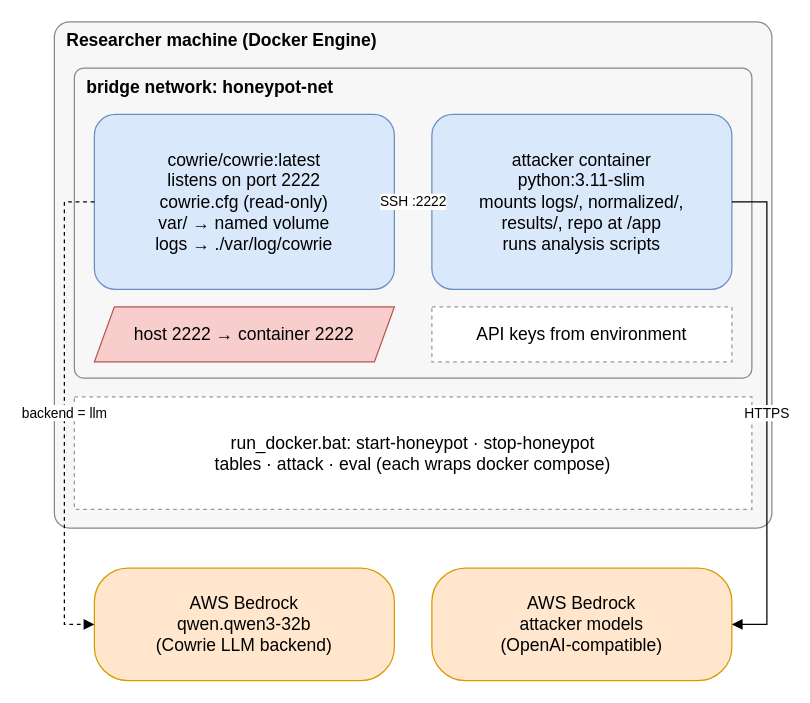
The draw.io diagram report/diagrams/d10_deployment_docker.drawio in parthkansal823/Honeypot_RedTeaming-paper, before the edit. Source tidied: cells renumbered, new cells numbered last; positions are measured from the earlier drawing's top-left corner, leaving out a move shared by most shapes. Both pictures are drawn from the tidied source at 125%, with x=0, y=0 at pixel (54, 21).
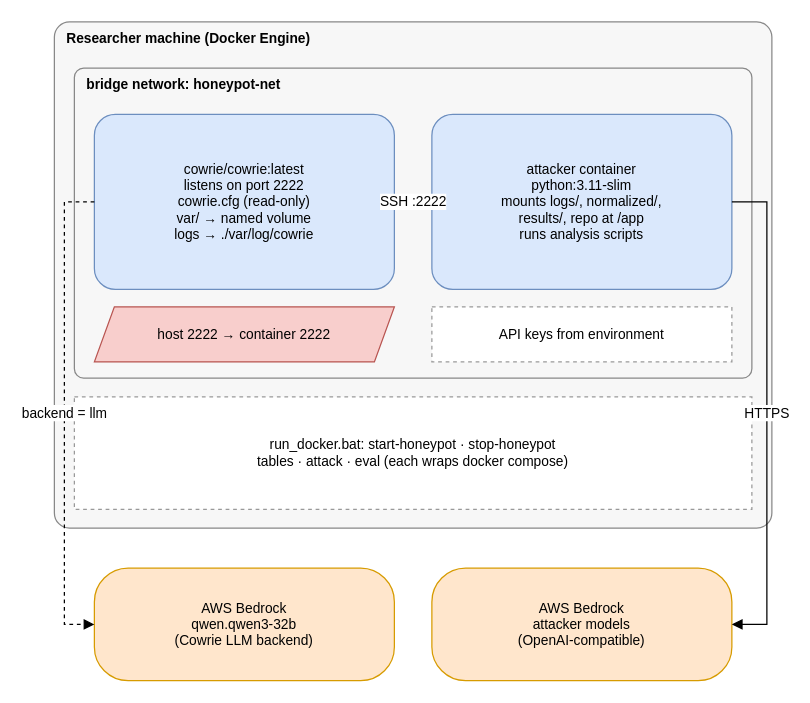
The same diagram, later.

The edit, as a diff of the source:
```diff
@@
 <mxGraphModel>
   <root>
     <mxCell id="0" />
     <mxCell id="1" parent="0" />
-    <mxCell id="2" value="Researcher machine (Docker Engine)" style="rounded=1;arcSize=3;verticalAlign=top;dashed=0;whiteSpace=wrap;html=1;fillColor=#F7F7F7;strokeColor=#888888;fontFamily=Arial;fontSize=14;fontStyle=1;align=left;spacingLeft=8;" parent="1" vertex="1">
+    <mxCell id="2" value="Researcher machine (Docker Engine)" style="rounded=1;arcSize=3;verticalAlign=top;dashed=0;whiteSpace=wrap;html=1;fillColor=#F7F7F7;strokeColor=#888888;fontFamily=Arial;fontSize=11;fontStyle=1;align=left;spacingLeft=8;" parent="1" vertex="1">
       <mxGeometry width="574" height="405" as="geometry" />
     </mxCell>
-    <mxCell id="3" value="bridge network: honeypot-net" style="rounded=1;arcSize=3;verticalAlign=top;dashed=0;whiteSpace=wrap;html=1;fillColor=#F7F7F7;strokeColor=#888888;fontFamily=Arial;fontSize=14;fontStyle=1;align=left;spacingLeft=8;" parent="1" vertex="1">
+    <mxCell id="3" value="bridge network: honeypot-net" style="rounded=1;arcSize=3;verticalAlign=top;dashed=0;whiteSpace=wrap;html=1;fillColor=#F7F7F7;strokeColor=#888888;fontFamily=Arial;fontSize=11;fontStyle=1;align=left;spacingLeft=8;" parent="1" vertex="1">
       <mxGeometry x="16" y="37" width="542" height="248" as="geometry" />
     </mxCell>
-    <mxCell id="4" value="cowrie/cowrie:latest&lt;br&gt;listens on port 2222&lt;br&gt;cowrie.cfg (read-only)&lt;br&gt;var/ → named volume&lt;br&gt;logs → ./var/log/cowrie" style="rounded=1;arcSize=12;whiteSpace=wrap;html=1;fillColor=#DAE8FC;strokeColor=#6C8EBF;fontFamily=Arial;fontSize=14;" parent="1" vertex="1">
+    <mxCell id="4" value="cowrie/cowrie:latest&lt;br&gt;listens on port 2222&lt;br&gt;cowrie.cfg (read-only)&lt;br&gt;var/ → named volume&lt;br&gt;logs → ./var/log/cowrie" style="rounded=1;arcSize=12;whiteSpace=wrap;html=1;fillColor=#DAE8FC;strokeColor=#6C8EBF;fontFamily=Arial;fontSize=11;" parent="1" vertex="1">
       <mxGeometry x="32" y="74" width="240" height="140" as="geometry" />
     </mxCell>
-    <mxCell id="5" value="attacker container&lt;br&gt;python:3.11-slim&lt;br&gt;mounts logs/, normalized/,&lt;br&gt;results/, repo at /app&lt;br&gt;runs analysis scripts" style="rounded=1;arcSize=12;whiteSpace=wrap;html=1;fillColor=#DAE8FC;strokeColor=#6C8EBF;fontFamily=Arial;fontSize=14;" parent="1" vertex="1">
+    <mxCell id="5" value="attacker container&lt;br&gt;python:3.11-slim&lt;br&gt;mounts logs/, normalized/,&lt;br&gt;results/, repo at /app&lt;br&gt;runs analysis scripts" style="rounded=1;arcSize=12;whiteSpace=wrap;html=1;fillColor=#DAE8FC;strokeColor=#6C8EBF;fontFamily=Arial;fontSize=11;" parent="1" vertex="1">
       <mxGeometry x="302" y="74" width="240" height="140" as="geometry" />
     </mxCell>
-    <mxCell id="6" value="host 2222 → container 2222" style="shape=parallelogram;perimeter=parallelogramPerimeter;fixedSize=1;size=16;whiteSpace=wrap;html=1;fillColor=#F8CECC;strokeColor=#B85450;fontFamily=Arial;fontSize=14;" parent="1" vertex="1">
+    <mxCell id="6" value="host 2222 → container 2222" style="shape=parallelogram;perimeter=parallelogramPerimeter;fixedSize=1;size=16;whiteSpace=wrap;html=1;fillColor=#F8CECC;strokeColor=#B85450;fontFamily=Arial;fontSize=11;" parent="1" vertex="1">
       <mxGeometry x="32" y="228" width="240" height="44" as="geometry" />
     </mxCell>
-    <mxCell id="7" value="API keys from environment" style="rounded=0;dashed=1;whiteSpace=wrap;html=1;fillColor=#FFFFFF;strokeColor=#999999;fontFamily=Arial;fontSize=14;" parent="1" vertex="1">
+    <mxCell id="7" value="API keys from environment" style="rounded=0;dashed=1;whiteSpace=wrap;html=1;fillColor=#FFFFFF;strokeColor=#999999;fontFamily=Arial;fontSize=11;" parent="1" vertex="1">
       <mxGeometry x="302" y="228" width="240" height="44" as="geometry" />
     </mxCell>
-    <mxCell id="8" value="run_docker.bat:  start-honeypot · stop-honeypot&lt;br&gt;tables · attack · eval  (each wraps docker compose)" style="rounded=0;dashed=1;whiteSpace=wrap;html=1;fillColor=#FFFFFF;strokeColor=#999999;fontFamily=Arial;fontSize=14;" parent="1" vertex="1">
+    <mxCell id="8" value="run_docker.bat:  start-honeypot · stop-honeypot&lt;br&gt;tables · attack · eval  (each wraps docker compose)" style="rounded=0;dashed=1;whiteSpace=wrap;html=1;fillColor=#FFFFFF;strokeColor=#999999;fontFamily=Arial;fontSize=11;" parent="1" vertex="1">
       <mxGeometry x="16" y="300" width="542" height="90" as="geometry" />
     </mxCell>
-    <mxCell id="9" value="AWS Bedrock&lt;br&gt;qwen.qwen3-32b&lt;br&gt;(Cowrie LLM backend)" style="rounded=1;arcSize=30;whiteSpace=wrap;html=1;fillColor=#FFE6CC;strokeColor=#D79B00;fontFamily=Arial;fontSize=14;" parent="1" vertex="1">
+    <mxCell id="9" value="AWS Bedrock&lt;br&gt;qwen.qwen3-32b&lt;br&gt;(Cowrie LLM backend)" style="rounded=1;arcSize=30;whiteSpace=wrap;html=1;fillColor=#FFE6CC;strokeColor=#D79B00;fontFamily=Arial;fontSize=11;" parent="1" vertex="1">
       <mxGeometry x="32" y="437" width="240" height="90" as="geometry" />
     </mxCell>
-    <mxCell id="10" value="AWS Bedrock&lt;br&gt;attacker models&lt;br&gt;(OpenAI-compatible)" style="rounded=1;arcSize=30;whiteSpace=wrap;html=1;fillColor=#FFE6CC;strokeColor=#D79B00;fontFamily=Arial;fontSize=14;" parent="1" vertex="1">
+    <mxCell id="10" value="AWS Bedrock&lt;br&gt;attacker models&lt;br&gt;(OpenAI-compatible)" style="rounded=1;arcSize=30;whiteSpace=wrap;html=1;fillColor=#FFE6CC;strokeColor=#D79B00;fontFamily=Arial;fontSize=11;" parent="1" vertex="1">
       <mxGeometry x="302" y="437" width="240" height="90" as="geometry" />
     </mxCell>
     <mxCell id="11" value="SSH :2222" style="edgeStyle=orthogonalEdgeStyle;rounded=0;html=1;endArrow=block;endFill=1;exitX=0;exitY=0.5;exitDx=0;exitDy=0;entryX=1;entryY=0.5;entryDx=0;entryDy=0;fontFamily=Arial;fontSize=11;labelBackgroundColor=#FFFFFF;" parent="1" edge="1" source="5" target="4">
       <mxGeometry relative="1" as="geometry" />
     </mxCell>
     <mxCell id="12" value="backend = llm" style="edgeStyle=orthogonalEdgeStyle;rounded=0;html=1;endArrow=block;endFill=1;exitX=0;exitY=0.5;exitDx=0;exitDy=0;entryX=0;entryY=0.5;entryDx=0;entryDy=0;fontFamily=Arial;fontSize=11;labelBackgroundColor=#FFFFFF;dashed=1;" parent="1" edge="1" source="4" target="9">
       <mxGeometry relative="1" as="geometry">
         <Array as="points">
           <mxPoint x="8" y="144" />
           <mxPoint x="8" y="482" />
         </Array>
       </mxGeometry>
     </mxCell>
     <mxCell id="13" value="HTTPS" style="edgeStyle=orthogonalEdgeStyle;rounded=0;html=1;endArrow=block;endFill=1;exitX=1;exitY=0.5;exitDx=0;exitDy=0;entryX=1;entryY=0.5;entryDx=0;entryDy=0;fontFamily=Arial;fontSize=11;labelBackgroundColor=#FFFFFF;" parent="1" edge="1" source="5" target="10">
       <mxGeometry relative="1" as="geometry">
         <Array as="points">
           <mxPoint x="570" y="144" />
           <mxPoint x="570" y="482" />
         </Array>
       </mxGeometry>
     </mxCell>
   </root>
 </mxGraphModel>
```
